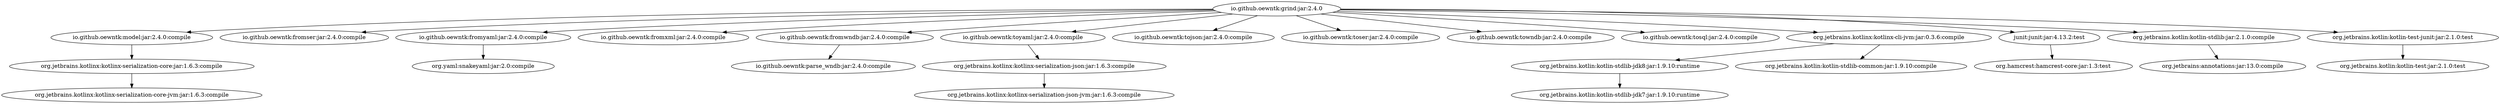
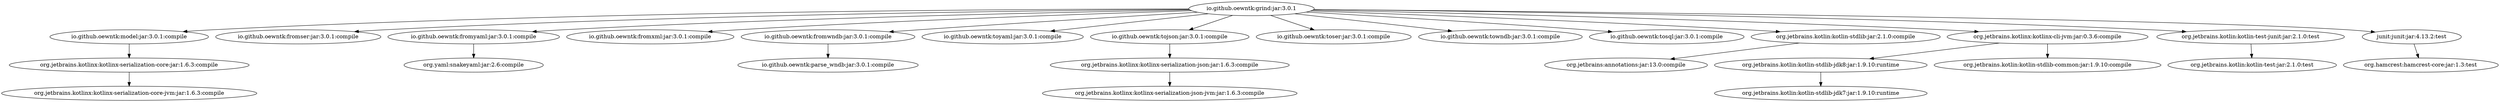
- digraph "io.github.oewntk:grind:jar:2.4.0" {
- 	"io.github.oewntk:grind:jar:2.4.0" -> "io.github.oewntk:model:jar:2.4.0:compile" ;
- 	"io.github.oewntk:grind:jar:2.4.0" -> "io.github.oewntk:fromser:jar:2.4.0:compile" ;
- 	"io.github.oewntk:grind:jar:2.4.0" -> "io.github.oewntk:fromyaml:jar:2.4.0:compile" ;
- 	"io.github.oewntk:grind:jar:2.4.0" -> "io.github.oewntk:fromxml:jar:2.4.0:compile" ;
- 	"io.github.oewntk:grind:jar:2.4.0" -> "io.github.oewntk:fromwndb:jar:2.4.0:compile" ;
- 	"io.github.oewntk:grind:jar:2.4.0" -> "io.github.oewntk:toyaml:jar:2.4.0:compile" ;
- 	"io.github.oewntk:grind:jar:2.4.0" -> "io.github.oewntk:tojson:jar:2.4.0:compile" ;
- 	"io.github.oewntk:grind:jar:2.4.0" -> "io.github.oewntk:toser:jar:2.4.0:compile" ;
- 	"io.github.oewntk:grind:jar:2.4.0" -> "io.github.oewntk:towndb:jar:2.4.0:compile" ;
- 	"io.github.oewntk:grind:jar:2.4.0" -> "io.github.oewntk:tosql:jar:2.4.0:compile" ;
- 	"io.github.oewntk:grind:jar:2.4.0" -> "org.jetbrains.kotlinx:kotlinx-cli-jvm:jar:0.3.6:compile" ;
- 	"io.github.oewntk:grind:jar:2.4.0" -> "junit:junit:jar:4.13.2:test" ;
- 	"io.github.oewntk:grind:jar:2.4.0" -> "org.jetbrains.kotlin:kotlin-stdlib:jar:2.1.0:compile" ;
- 	"io.github.oewntk:grind:jar:2.4.0" -> "org.jetbrains.kotlin:kotlin-test-junit:jar:2.1.0:test" ;
- 	"io.github.oewntk:model:jar:2.4.0:compile" -> "org.jetbrains.kotlinx:kotlinx-serialization-core:jar:1.6.3:compile" ;
+ digraph "io.github.oewntk:grind:jar:3.0.1" {
+ 	"io.github.oewntk:grind:jar:3.0.1" -> "io.github.oewntk:model:jar:3.0.1:compile" ;
+ 	"io.github.oewntk:grind:jar:3.0.1" -> "io.github.oewntk:fromser:jar:3.0.1:compile" ;
+ 	"io.github.oewntk:grind:jar:3.0.1" -> "io.github.oewntk:fromyaml:jar:3.0.1:compile" ;
+ 	"io.github.oewntk:grind:jar:3.0.1" -> "io.github.oewntk:fromxml:jar:3.0.1:compile" ;
+ 	"io.github.oewntk:grind:jar:3.0.1" -> "io.github.oewntk:fromwndb:jar:3.0.1:compile" ;
+ 	"io.github.oewntk:grind:jar:3.0.1" -> "io.github.oewntk:toyaml:jar:3.0.1:compile" ;
+ 	"io.github.oewntk:grind:jar:3.0.1" -> "io.github.oewntk:tojson:jar:3.0.1:compile" ;
+ 	"io.github.oewntk:grind:jar:3.0.1" -> "io.github.oewntk:toser:jar:3.0.1:compile" ;
+ 	"io.github.oewntk:grind:jar:3.0.1" -> "io.github.oewntk:towndb:jar:3.0.1:compile" ;
+ 	"io.github.oewntk:grind:jar:3.0.1" -> "io.github.oewntk:tosql:jar:3.0.1:compile" ;
+ 	"io.github.oewntk:grind:jar:3.0.1" -> "org.jetbrains.kotlin:kotlin-stdlib:jar:2.1.0:compile" ;
+ 	"io.github.oewntk:grind:jar:3.0.1" -> "org.jetbrains.kotlinx:kotlinx-cli-jvm:jar:0.3.6:compile" ;
+ 	"io.github.oewntk:grind:jar:3.0.1" -> "org.jetbrains.kotlin:kotlin-test-junit:jar:2.1.0:test" ;
+ 	"io.github.oewntk:grind:jar:3.0.1" -> "junit:junit:jar:4.13.2:test" ;
+ 	"io.github.oewntk:model:jar:3.0.1:compile" -> "org.jetbrains.kotlinx:kotlinx-serialization-core:jar:1.6.3:compile" ;
	"org.jetbrains.kotlinx:kotlinx-serialization-core:jar:1.6.3:compile" -> "org.jetbrains.kotlinx:kotlinx-serialization-core-jvm:jar:1.6.3:compile" ;
- 	"io.github.oewntk:fromyaml:jar:2.4.0:compile" -> "org.yaml:snakeyaml:jar:2.0:compile" ;
- 	"io.github.oewntk:fromwndb:jar:2.4.0:compile" -> "io.github.oewntk:parse_wndb:jar:2.4.0:compile" ;
- 	"io.github.oewntk:toyaml:jar:2.4.0:compile" -> "org.jetbrains.kotlinx:kotlinx-serialization-json:jar:1.6.3:compile" ;
+ 	"io.github.oewntk:fromyaml:jar:3.0.1:compile" -> "org.yaml:snakeyaml:jar:2.6:compile" ;
+ 	"io.github.oewntk:fromwndb:jar:3.0.1:compile" -> "io.github.oewntk:parse_wndb:jar:3.0.1:compile" ;
+ 	"io.github.oewntk:tojson:jar:3.0.1:compile" -> "org.jetbrains.kotlinx:kotlinx-serialization-json:jar:1.6.3:compile" ;
	"org.jetbrains.kotlinx:kotlinx-serialization-json:jar:1.6.3:compile" -> "org.jetbrains.kotlinx:kotlinx-serialization-json-jvm:jar:1.6.3:compile" ;
+ 	"org.jetbrains.kotlin:kotlin-stdlib:jar:2.1.0:compile" -> "org.jetbrains:annotations:jar:13.0:compile" ;
	"org.jetbrains.kotlinx:kotlinx-cli-jvm:jar:0.3.6:compile" -> "org.jetbrains.kotlin:kotlin-stdlib-jdk8:jar:1.9.10:runtime" ;
	"org.jetbrains.kotlinx:kotlinx-cli-jvm:jar:0.3.6:compile" -> "org.jetbrains.kotlin:kotlin-stdlib-common:jar:1.9.10:compile" ;
	"org.jetbrains.kotlin:kotlin-stdlib-jdk8:jar:1.9.10:runtime" -> "org.jetbrains.kotlin:kotlin-stdlib-jdk7:jar:1.9.10:runtime" ;
+ 	"org.jetbrains.kotlin:kotlin-test-junit:jar:2.1.0:test" -> "org.jetbrains.kotlin:kotlin-test:jar:2.1.0:test" ;
	"junit:junit:jar:4.13.2:test" -> "org.hamcrest:hamcrest-core:jar:1.3:test" ;
- 	"org.jetbrains.kotlin:kotlin-stdlib:jar:2.1.0:compile" -> "org.jetbrains:annotations:jar:13.0:compile" ;
- 	"org.jetbrains.kotlin:kotlin-test-junit:jar:2.1.0:test" -> "org.jetbrains.kotlin:kotlin-test:jar:2.1.0:test" ;
 }